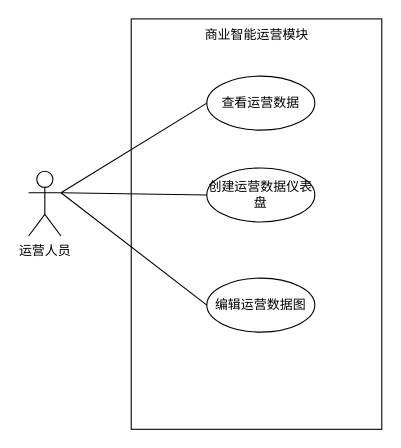
Before: 商业智能运营模块用例图.drawio in qf2020/drawio, a draw.io diagram. Source tidied: cells renumbered, new cells numbered last; positions are measured from the earlier drawing's top-left corner, leaving out a move shared by most shapes. Both pictures are drawn from the tidied source at 108%, with x=0, y=0 at pixel (28, 18).
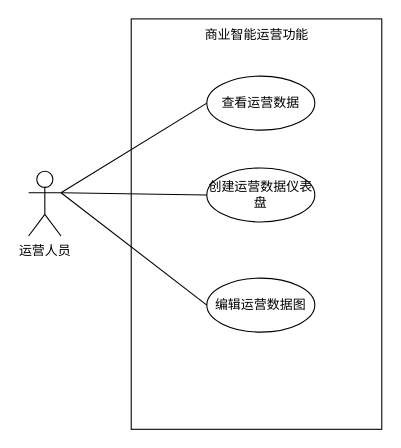
After the change.

Commit message:
更新商业智能运营模块用例图.drawio

Diff of the diagram source:
```diff
@@
 <mxGraphModel>
   <root>
     <mxCell id="0" />
     <mxCell id="1" parent="0" />
     <mxCell id="2" value="运营人员" style="shape=umlActor;verticalLabelPosition=bottom;verticalAlign=top;html=1;" parent="1" vertex="1">
       <mxGeometry y="141" width="30" height="60" as="geometry" />
     </mxCell>
     <mxCell id="3" style="rounded=0;whiteSpace=wrap;html=1;" parent="1" vertex="1">
       <mxGeometry x="95" width="232" height="380" as="geometry" />
     </mxCell>
-    <mxCell id="4" value="商业智能运营模块" style="text;html=1;align=center;verticalAlign=middle;whiteSpace=wrap;rounded=0;" parent="1" vertex="1">
+    <mxCell id="4" value="商业智能运营功能" style="text;html=1;align=center;verticalAlign=middle;whiteSpace=wrap;rounded=0;" parent="1" vertex="1">
       <mxGeometry x="161.5" width="99" height="30" as="geometry" />
     </mxCell>
     <mxCell id="5" value="编辑运营数据图" style="ellipse;whiteSpace=wrap;html=1;" parent="1" vertex="1">
       <mxGeometry x="165" y="240" width="100" height="50" as="geometry" />
     </mxCell>
     <mxCell id="6" style="endArrow=none;html=1;rounded=0;exitX=1;exitY=0.3333333333333333;exitDx=0;exitDy=0;exitPerimeter=0;entryX=0;entryY=0.5;entryDx=0;entryDy=0;" parent="1" edge="1" source="2" target="5">
       <mxGeometry relative="1" as="geometry" />
     </mxCell>
     <mxCell id="7" value="查看运营数据" style="ellipse;whiteSpace=wrap;html=1;" parent="1" vertex="1">
       <mxGeometry x="165" y="53" width="100" height="50" as="geometry" />
     </mxCell>
     <mxCell id="8" style="endArrow=none;html=1;rounded=0;entryX=0;entryY=0.5;entryDx=0;entryDy=0;exitX=1;exitY=0.3333333333333333;exitDx=0;exitDy=0;exitPerimeter=0;" parent="1" edge="1" source="2" target="7">
       <mxGeometry relative="1" as="geometry" />
     </mxCell>
     <mxCell id="9" value="创建运营数据仪表盘" style="ellipse;whiteSpace=wrap;html=1;" parent="1" vertex="1">
       <mxGeometry x="165" y="138" width="100" height="50" as="geometry" />
     </mxCell>
     <mxCell id="10" style="endArrow=none;html=1;rounded=0;entryX=0;entryY=0.5;entryDx=0;entryDy=0;exitX=1;exitY=0.3333333333333333;exitDx=0;exitDy=0;exitPerimeter=0;" parent="1" edge="1" source="2" target="9">
       <mxGeometry relative="1" as="geometry" />
     </mxCell>
   </root>
 </mxGraphModel>
```
